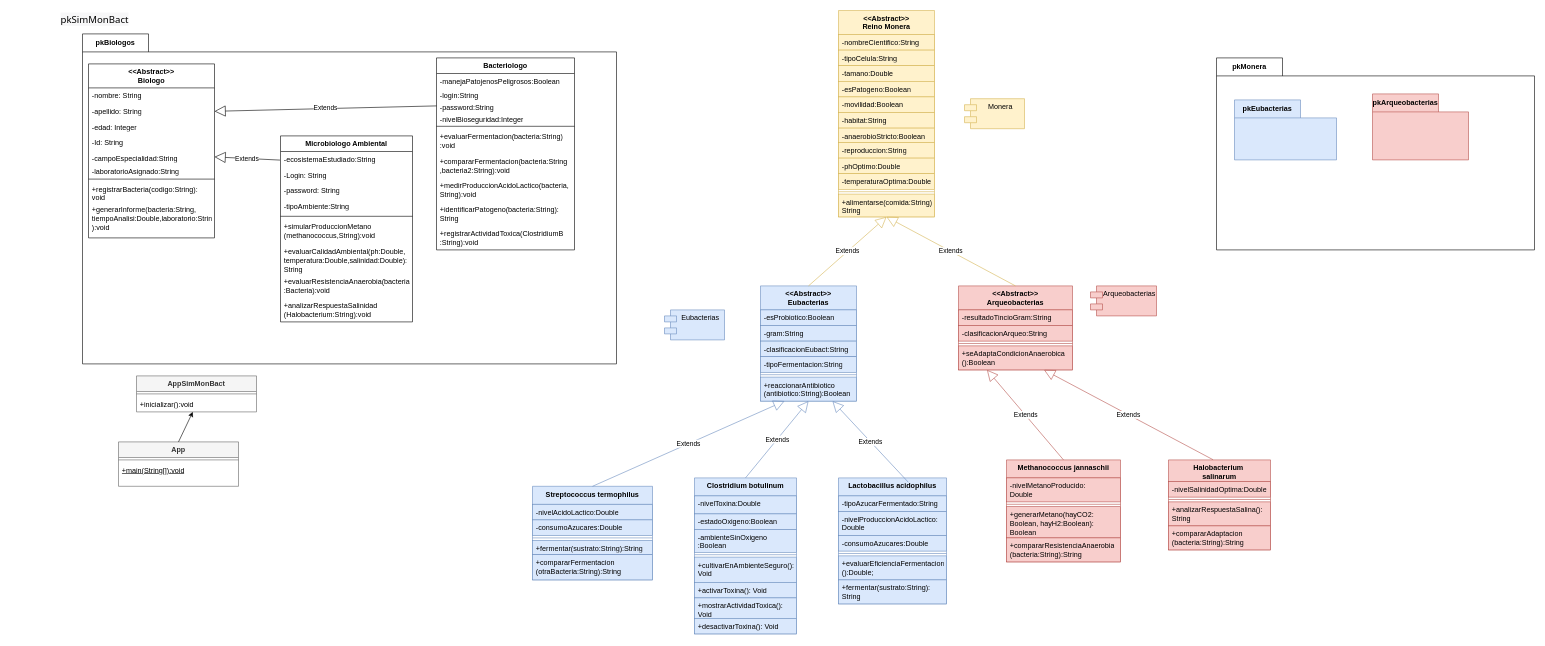
Before: Design/ClassDiagrama.drawio in C-b4s/GrupoCinco_ReinoMonera, a draw.io diagram. Source tidied: cells renumbered, new cells numbered last; positions are measured from the earlier drawing's top-left corner, leaving out a move shared by most shapes. Both pictures are drawn from the tidied source at 60%, with x=0, y=0 at pixel (55, 10).
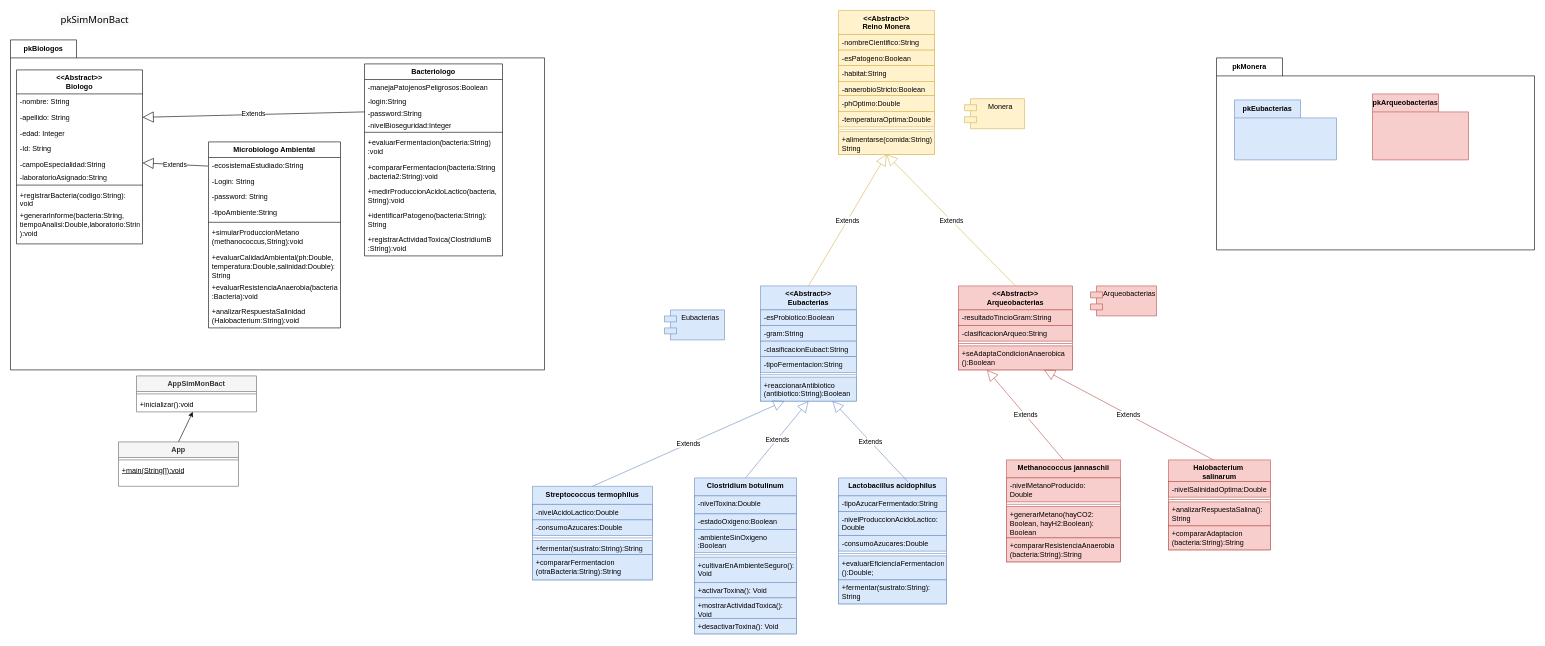
After the change.

Change to the diagram source:
```diff
@@
     <mxCell id="2" value="pkBiologos" style="shape=folder;fontStyle=1;tabWidth=110;tabHeight=30;tabPosition=left;html=1;boundedLbl=1;labelInHeader=1;whiteSpace=wrap;" parent="1" vertex="1">
-      <mxGeometry x="45" y="39" width="890" height="550" as="geometry" />
+      <mxGeometry x="-75" y="49" width="890" height="550" as="geometry" />
     </mxCell>
@@
     <mxCell id="39" value="&amp;lt;&amp;lt;Abstract&amp;gt;&amp;gt;&lt;div&gt;Reino Monera&lt;/div&gt;" style="swimlane;fontStyle=1;align=center;verticalAlign=top;horizontal=1;startSize=40;whiteSpace=wrap;html=1;fillColor=#fff2cc;strokeColor=#d6b656;" parent="1" vertex="1">
-      <mxGeometry x="1305" width="160" height="344" as="geometry" />
+      <mxGeometry x="1305" width="160" height="240" as="geometry" />
     </mxCell>
@@
-    <mxCell id="41" value="-tipoCelula:String" style="text;strokeColor=#d6b656;fillColor=#fff2cc;align=left;verticalAlign=top;spacingLeft=4;spacingRight=4;overflow=hidden;whiteSpace=wrap;html=1;" parent="39" vertex="1">
-      <mxGeometry y="66" width="160" height="26" as="geometry" />
-    </mxCell>
-    <mxCell id="42" value="-tamano:Double" style="text;strokeColor=#d6b656;fillColor=#fff2cc;align=left;verticalAlign=top;spacingLeft=4;spacingRight=4;overflow=hidden;whiteSpace=wrap;html=1;" parent="39" vertex="1">
-      <mxGeometry y="92" width="160" height="26" as="geometry" />
-    </mxCell>
     <mxCell id="43" value="-esPatogeno:Boolean" style="text;strokeColor=#d6b656;fillColor=#fff2cc;align=left;verticalAlign=top;spacingLeft=4;spacingRight=4;overflow=hidden;whiteSpace=wrap;html=1;" parent="39" vertex="1">
-      <mxGeometry y="118" width="160" height="26" as="geometry" />
+      <mxGeometry y="66" width="160" height="26" as="geometry" />
     </mxCell>
-    <mxCell id="44" value="-movilidad:Boolean" style="text;strokeColor=#d6b656;fillColor=#fff2cc;align=left;verticalAlign=top;spacingLeft=4;spacingRight=4;overflow=hidden;whiteSpace=wrap;html=1;" parent="39" vertex="1">
-      <mxGeometry y="144" width="160" height="26" as="geometry" />
-    </mxCell>
     <mxCell id="45" value="-habitat:String" style="text;strokeColor=#d6b656;fillColor=#fff2cc;align=left;verticalAlign=top;spacingLeft=4;spacingRight=4;overflow=hidden;whiteSpace=wrap;html=1;" parent="39" vertex="1">
-      <mxGeometry y="170" width="160" height="26" as="geometry" />
+      <mxGeometry y="92" width="160" height="26" as="geometry" />
     </mxCell>
     <mxCell id="46" value="-anaerobioStricto:Boolean" style="text;strokeColor=#d6b656;fillColor=#fff2cc;align=left;verticalAlign=top;spacingLeft=4;spacingRight=4;overflow=hidden;whiteSpace=wrap;html=1;" parent="39" vertex="1">
-      <mxGeometry y="196" width="160" height="24" as="geometry" />
+      <mxGeometry y="118" width="160" height="24" as="geometry" />
     </mxCell>
-    <mxCell id="47" value="-reproduccion:String" style="text;strokeColor=#d6b656;fillColor=#fff2cc;align=left;verticalAlign=top;spacingLeft=4;spacingRight=4;overflow=hidden;whiteSpace=wrap;html=1;" parent="39" vertex="1">
-      <mxGeometry y="220" width="160" height="26" as="geometry" />
-    </mxCell>
     <mxCell id="48" value="-phOptimo:Double" style="text;strokeColor=#d6b656;fillColor=#fff2cc;align=left;verticalAlign=top;spacingLeft=4;spacingRight=4;overflow=hidden;whiteSpace=wrap;html=1;" parent="39" vertex="1">
-      <mxGeometry y="246" width="160" height="26" as="geometry" />
+      <mxGeometry y="142" width="160" height="26" as="geometry" />
     </mxCell>
     <mxCell id="49" value="-temperaturaOptima:Double" style="text;strokeColor=#d6b656;fillColor=#fff2cc;align=left;verticalAlign=top;spacingLeft=4;spacingRight=4;overflow=hidden;whiteSpace=wrap;html=1;" parent="39" vertex="1">
-      <mxGeometry y="272" width="160" height="26" as="geometry" />
+      <mxGeometry y="168" width="160" height="26" as="geometry" />
     </mxCell>
     <mxCell id="50" style="line;strokeWidth=1;fillColor=#fff2cc;align=left;verticalAlign=middle;spacingTop=-1;spacingLeft=3;spacingRight=3;labelPosition=right;strokeColor=#d6b656;" parent="39" vertex="1">
-      <mxGeometry y="298" width="160" height="8" as="geometry" />
+      <mxGeometry y="194" width="160" height="8" as="geometry" />
     </mxCell>
     <mxCell id="51" value="+alimentarse(comida:String):&lt;br&gt;String" style="text;strokeColor=#d6b656;fillColor=#fff2cc;align=left;verticalAlign=top;spacingLeft=4;spacingRight=4;overflow=hidden;whiteSpace=wrap;html=1;" parent="39" vertex="1">
-      <mxGeometry y="306" width="160" height="38" as="geometry" />
+      <mxGeometry y="202" width="160" height="38" as="geometry" />
     </mxCell>
```
